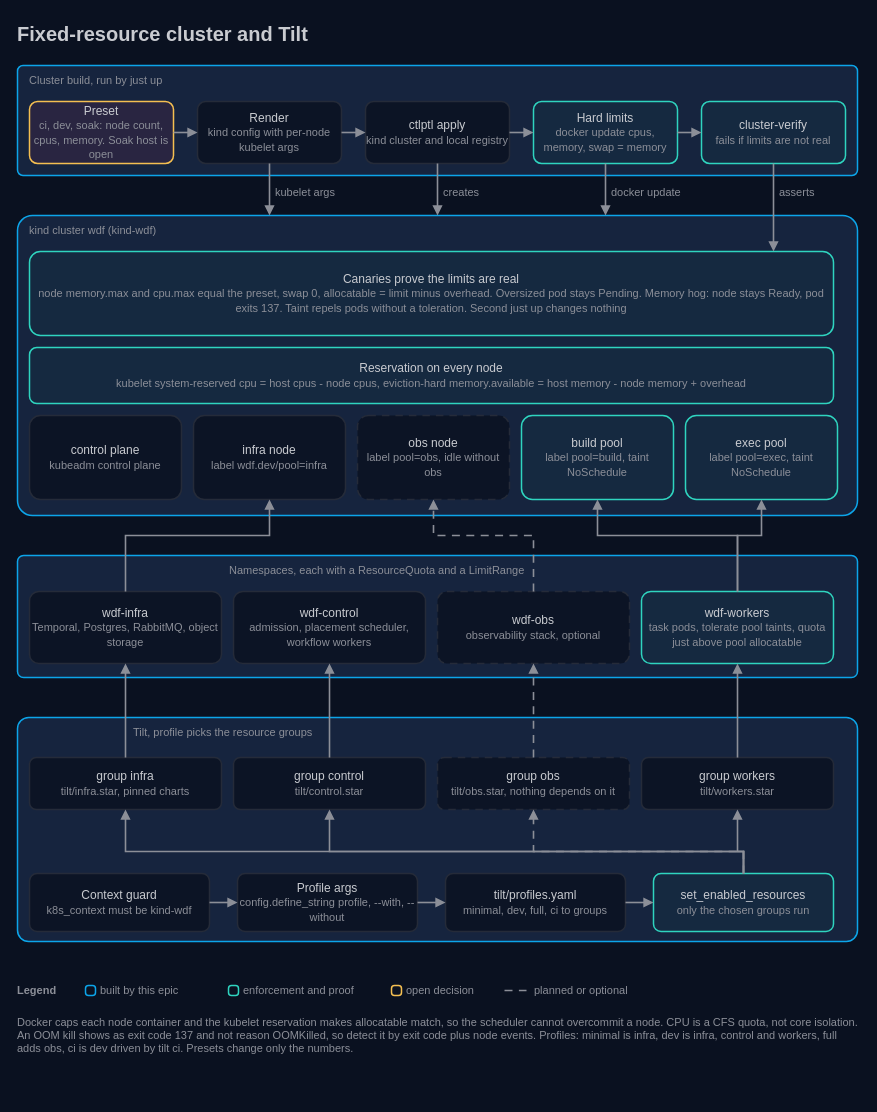
Above: docs/architecture/09-cluster-and-tilt.drawio in AndoNorth/wasm-dag-forge (draw.io), before the change. Source tidied: cells renumbered, new cells numbered last; positions are measured from the earlier drawing's top-left corner, leaving out a move shared by most shapes. Both pictures are drawn from the tidied source at 100%, with x=0, y=0 at pixel (17, 17).
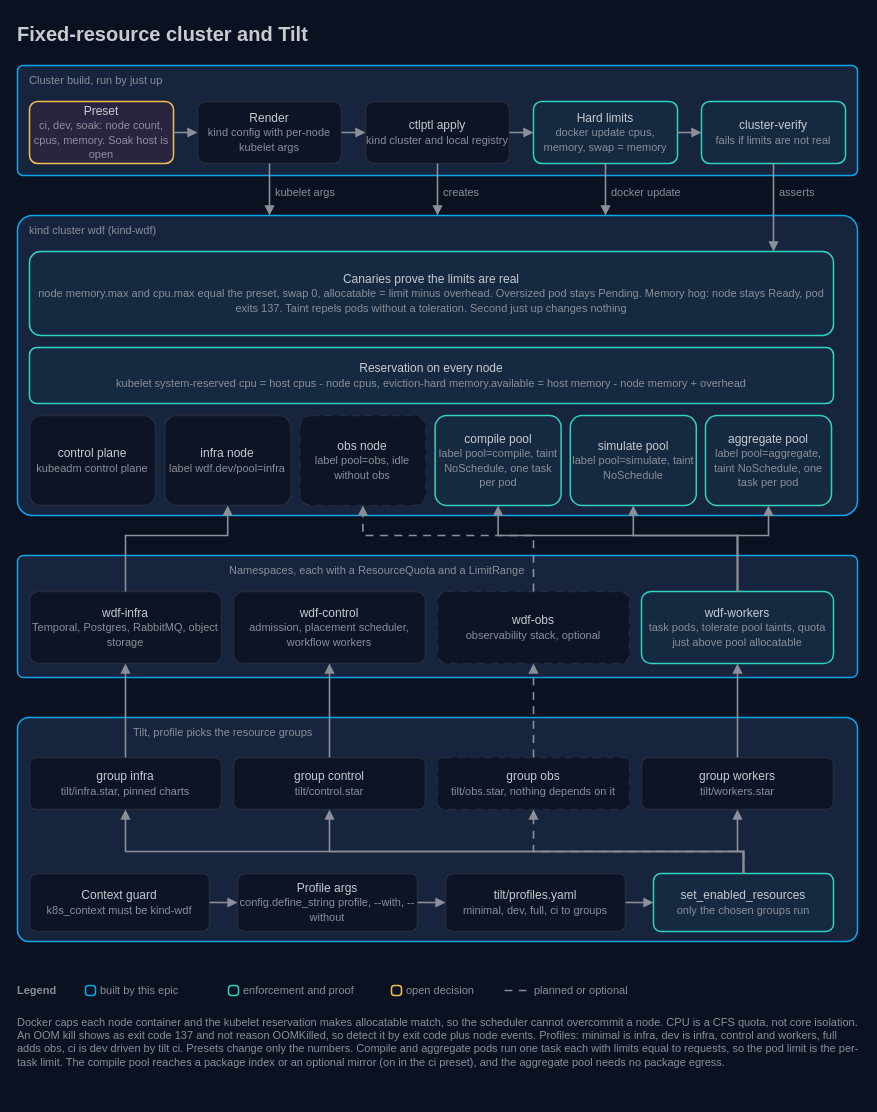
The same diagram, later.

Unchanged cells that the change refers to:
```xml
<mxCell id="33" value="wdf-infra&lt;br&gt;&lt;font color=&quot;#8c8f98&quot; style=&quot;font-size:11px&quot;&gt;Temporal, Postgres, RabbitMQ, object storage&lt;/font&gt;" style="rounded=1;arcSize=13;html=1;whiteSpace=wrap;fillColor=#0c1425;strokeColor=#252b39;strokeWidth=1.5;fontColor=#c9cbd0;fontSize=12;fontFamily=IBM Plex Sans;" parent="1" vertex="1">
  <mxGeometry x="12" y="574" width="192" height="72" as="geometry" />
</mxCell>
<mxCell id="35" value="wdf-obs&lt;br&gt;&lt;font color=&quot;#8c8f98&quot; style=&quot;font-size:11px&quot;&gt;observability stack, optional&lt;/font&gt;" style="rounded=1;arcSize=13;html=1;whiteSpace=wrap;fillColor=#0c1425;strokeColor=#252b39;strokeWidth=1.5;fontColor=#c9cbd0;fontSize=12;fontFamily=IBM Plex Sans;dashed=1;dashPattern=5 4;" parent="1" vertex="1">
  <mxGeometry x="420" y="574" width="192" height="72" as="geometry" />
</mxCell>
<mxCell id="36" value="wdf-workers&lt;br&gt;&lt;font color=&quot;#8c8f98&quot; style=&quot;font-size:11px&quot;&gt;task pods, tolerate pool taints, quota just above pool allocatable&lt;/font&gt;" style="rounded=1;arcSize=13;html=1;whiteSpace=wrap;fillColor=#152940;strokeColor=#2fd4bf;strokeWidth=1.5;fontColor=#c9cbd0;fontSize=12;fontFamily=IBM Plex Sans;" parent="1" vertex="1">
  <mxGeometry x="624" y="574" width="192" height="72" as="geometry" />
</mxCell>
```

What changed in the source:
```diff
@@
     <mxCell id="18" value="control plane&lt;br&gt;&lt;font color=&quot;#8c8f98&quot; style=&quot;font-size:11px&quot;&gt;kubeadm control plane&lt;/font&gt;" style="rounded=1;arcSize=13;html=1;whiteSpace=wrap;fillColor=#0c1425;strokeColor=#252b39;strokeWidth=1.5;fontColor=#c9cbd0;fontSize=12;fontFamily=IBM Plex Sans;" parent="1" vertex="1">
-      <mxGeometry x="12" y="398" width="152" height="84" as="geometry" />
+      <mxGeometry x="12" y="398" width="126" height="90" as="geometry" />
     </mxCell>
     <mxCell id="19" value="infra node&lt;br&gt;&lt;font color=&quot;#8c8f98&quot; style=&quot;font-size:11px&quot;&gt;label wdf.dev/pool=infra&lt;/font&gt;" style="rounded=1;arcSize=13;html=1;whiteSpace=wrap;fillColor=#0c1425;strokeColor=#252b39;strokeWidth=1.5;fontColor=#c9cbd0;fontSize=12;fontFamily=IBM Plex Sans;" parent="1" vertex="1">
-      <mxGeometry x="176" y="398" width="152" height="84" as="geometry" />
+      <mxGeometry x="147.2" y="398" width="126" height="90" as="geometry" />
     </mxCell>
     <mxCell id="20" value="obs node&lt;br&gt;&lt;font color=&quot;#8c8f98&quot; style=&quot;font-size:11px&quot;&gt;label pool=obs, idle without obs&lt;/font&gt;" style="rounded=1;arcSize=13;html=1;whiteSpace=wrap;fillColor=#0c1425;strokeColor=#252b39;strokeWidth=1.5;fontColor=#c9cbd0;fontSize=12;fontFamily=IBM Plex Sans;dashed=1;dashPattern=5 4;" parent="1" vertex="1">
-      <mxGeometry x="340" y="398" width="152" height="84" as="geometry" />
+      <mxGeometry x="282.4" y="398" width="126" height="90" as="geometry" />
     </mxCell>
-    <mxCell id="21" value="build pool&lt;br&gt;&lt;font color=&quot;#8c8f98&quot; style=&quot;font-size:11px&quot;&gt;label pool=build, taint NoSchedule&lt;/font&gt;" style="rounded=1;arcSize=13;html=1;whiteSpace=wrap;fillColor=#152940;strokeColor=#2fd4bf;strokeWidth=1.5;fontColor=#c9cbd0;fontSize=12;fontFamily=IBM Plex Sans;" parent="1" vertex="1">
-      <mxGeometry x="504" y="398" width="152" height="84" as="geometry" />
+    <mxCell id="21" value="compile pool&lt;br&gt;&lt;font color=&quot;#8c8f98&quot; style=&quot;font-size:11px&quot;&gt;label pool=compile, taint NoSchedule, one task per pod&lt;/font&gt;" style="rounded=1;arcSize=13;html=1;whiteSpace=wrap;fillColor=#152940;strokeColor=#2fd4bf;strokeWidth=1.5;fontColor=#c9cbd0;fontSize=12;fontFamily=IBM Plex Sans;" parent="1" vertex="1">
+      <mxGeometry x="417.6" y="398" width="126" height="90" as="geometry" />
     </mxCell>
-    <mxCell id="22" value="exec pool&lt;br&gt;&lt;font color=&quot;#8c8f98&quot; style=&quot;font-size:11px&quot;&gt;label pool=exec, taint NoSchedule&lt;/font&gt;" style="rounded=1;arcSize=13;html=1;whiteSpace=wrap;fillColor=#152940;strokeColor=#2fd4bf;strokeWidth=1.5;fontColor=#c9cbd0;fontSize=12;fontFamily=IBM Plex Sans;" parent="1" vertex="1">
-      <mxGeometry x="668" y="398" width="152" height="84" as="geometry" />
+    <mxCell id="22" value="simulate pool&lt;br&gt;&lt;font color=&quot;#8c8f98&quot; style=&quot;font-size:11px&quot;&gt;label pool=simulate, taint NoSchedule&lt;/font&gt;" style="rounded=1;arcSize=13;html=1;whiteSpace=wrap;fillColor=#152940;strokeColor=#2fd4bf;strokeWidth=1.5;fontColor=#c9cbd0;fontSize=12;fontFamily=IBM Plex Sans;" parent="1" vertex="1">
+      <mxGeometry x="552.8" y="398" width="126" height="90" as="geometry" />
     </mxCell>
+    <mxCell id="72" value="aggregate pool&lt;br&gt;&lt;font color=&quot;#8c8f98&quot; style=&quot;font-size:11px&quot;&gt;label pool=aggregate, taint NoSchedule, one task per pod&lt;/font&gt;" style="rounded=1;arcSize=13;html=1;whiteSpace=wrap;fillColor=#152940;strokeColor=#2fd4bf;strokeWidth=1.5;fontColor=#c9cbd0;fontSize=12;fontFamily=IBM Plex Sans;" parent="1" vertex="1">
+      <mxGeometry x="688" y="398" width="126" height="90" as="geometry" />
+    </mxCell>
@@
     <mxCell id="32" value="Namespaces, each with a ResourceQuota and a LimitRange" style="text;html=1;strokeColor=none;fillColor=none;align=left;verticalAlign=middle;whiteSpace=wrap;fontColor=#8c8f98;fontSize=11;fontFamily=IBM Plex Sans;spacing=0;" parent="1" vertex="1">
-      <mxGeometry x="212" y="544" width="330" height="18" as="geometry" />
+      <mxGeometry x="212" y="544" width="420" height="18" as="geometry" />
     </mxCell>
@@
     <mxCell id="37" style="endArrow=block;endFill=1;startArrow=none;html=1;rounded=0;strokeColor=#8c8f98;strokeWidth=1.6;exitX=0.5;exitY=0;exitDx=0;exitDy=0;entryX=0.5;entryY=1;entryDx=0;entryDy=0;" parent="1" edge="1" source="33" target="19">
       <mxGeometry relative="1" as="geometry">
         <Array as="points">
           <mxPoint x="108" y="518" />
-          <mxPoint x="252" y="518" />
+          <mxPoint x="210.2" y="518" />
         </Array>
       </mxGeometry>
     </mxCell>
     <mxCell id="38" style="endArrow=block;endFill=1;startArrow=none;html=1;rounded=0;strokeColor=#8c8f98;strokeWidth=1.6;dashed=1;dashPattern=5 4;exitX=0.5;exitY=0;exitDx=0;exitDy=0;entryX=0.5;entryY=1;entryDx=0;entryDy=0;" parent="1" edge="1" source="35" target="20">
       <mxGeometry relative="1" as="geometry">
         <Array as="points">
           <mxPoint x="516" y="518" />
-          <mxPoint x="416" y="518" />
+          <mxPoint x="345.4" y="518" />
         </Array>
       </mxGeometry>
     </mxCell>
     <mxCell id="39" style="endArrow=block;endFill=1;startArrow=none;html=1;rounded=0;strokeColor=#8c8f98;strokeWidth=1.6;exitX=0.5;exitY=0;exitDx=0;exitDy=0;entryX=0.5;entryY=1;entryDx=0;entryDy=0;" parent="1" edge="1" source="36" target="21">
       <mxGeometry relative="1" as="geometry">
         <Array as="points">
           <mxPoint x="720" y="518" />
-          <mxPoint x="580" y="518" />
+          <mxPoint x="480.6" y="518" />
         </Array>
       </mxGeometry>
     </mxCell>
     <mxCell id="40" style="endArrow=block;endFill=1;startArrow=none;html=1;rounded=0;strokeColor=#8c8f98;strokeWidth=1.6;exitX=0.5;exitY=0;exitDx=0;exitDy=0;entryX=0.5;entryY=1;entryDx=0;entryDy=0;" parent="1" edge="1" source="36" target="22">
       <mxGeometry relative="1" as="geometry">
         <Array as="points">
           <mxPoint x="720" y="518" />
-          <mxPoint x="744" y="518" />
+          <mxPoint x="615.8" y="518" />
         </Array>
       </mxGeometry>
     </mxCell>
+    <mxCell id="73" style="endArrow=block;endFill=1;startArrow=none;html=1;rounded=0;strokeColor=#8c8f98;strokeWidth=1.6;exitX=0.5;exitY=0;exitDx=0;exitDy=0;entryX=0.5;entryY=1;entryDx=0;entryDy=0;" parent="1" edge="1" source="36" target="72">
+      <mxGeometry relative="1" as="geometry">
+        <Array as="points">
+          <mxPoint x="720" y="518" />
+          <mxPoint x="751" y="518" />
+        </Array>
+      </mxGeometry>
+    </mxCell>
@@
     <mxCell id="42" value="Tilt, profile picks the resource groups" style="text;html=1;strokeColor=none;fillColor=none;align=left;verticalAlign=middle;whiteSpace=wrap;fontColor=#8c8f98;fontSize=11;fontFamily=IBM Plex Sans;spacing=0;" parent="1" vertex="1">
-      <mxGeometry x="116" y="706" width="190" height="18" as="geometry" />
+      <mxGeometry x="116" y="706" width="300" height="18" as="geometry" />
     </mxCell>
@@
-    <mxCell id="71" value="Docker caps each node container and the kubelet reservation makes allocatable match, so the scheduler cannot overcommit a node. CPU is a CFS quota, not core isolation. An OOM kill shows as exit code 137 and not reason OOMKilled, so detect it by exit code plus node events. Profiles: minimal is infra, dev is infra, control and workers, full adds obs, ci is dev driven by tilt ci. Presets change only the numbers." style="text;html=1;strokeColor=none;fillColor=none;align=left;verticalAlign=top;whiteSpace=wrap;fontColor=#8c8f98;fontSize=11;fontFamily=IBM Plex Sans;spacing=0;" parent="1" vertex="1">
-      <mxGeometry y="994" width="840" height="56" as="geometry" />
+    <mxCell id="71" value="Docker caps each node container and the kubelet reservation makes allocatable match, so the scheduler cannot overcommit a node. CPU is a CFS quota, not core isolation. An OOM kill shows as exit code 137 and not reason OOMKilled, so detect it by exit code plus node events. Profiles: minimal is infra, dev is infra, control and workers, full adds obs, ci is dev driven by tilt ci. Presets change only the numbers. Compile and aggregate pods run one task each with limits equal to requests, so the pod limit is the per-task limit. The compile pool reaches a package index or an optional mirror (on in the ci preset), and the aggregate pool needs no package egress." style="text;html=1;strokeColor=none;fillColor=none;align=left;verticalAlign=top;whiteSpace=wrap;fontColor=#8c8f98;fontSize=11;fontFamily=IBM Plex Sans;spacing=0;" parent="1" vertex="1">
+      <mxGeometry y="994" width="840" height="84" as="geometry" />
     </mxCell>
```
